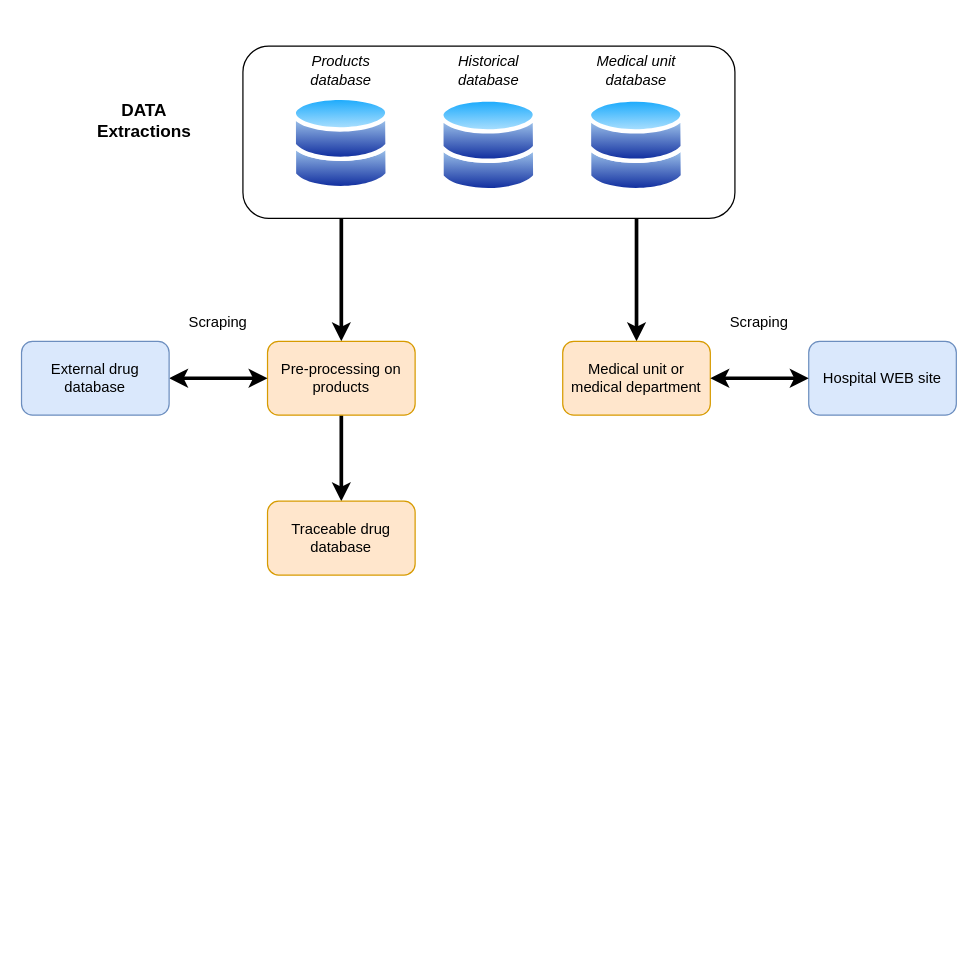
Above: Methodology/methodology.drawio in douglasmmachado/MedicineConsumption (draw.io), before the change. Source tidied: cells renumbered, new cells numbered last; positions are measured from the earlier drawing's top-left corner, leaving out a move shared by most shapes. Both pictures are drawn from the tidied source at 123%, with x=0, y=0 at pixel (21, 21).
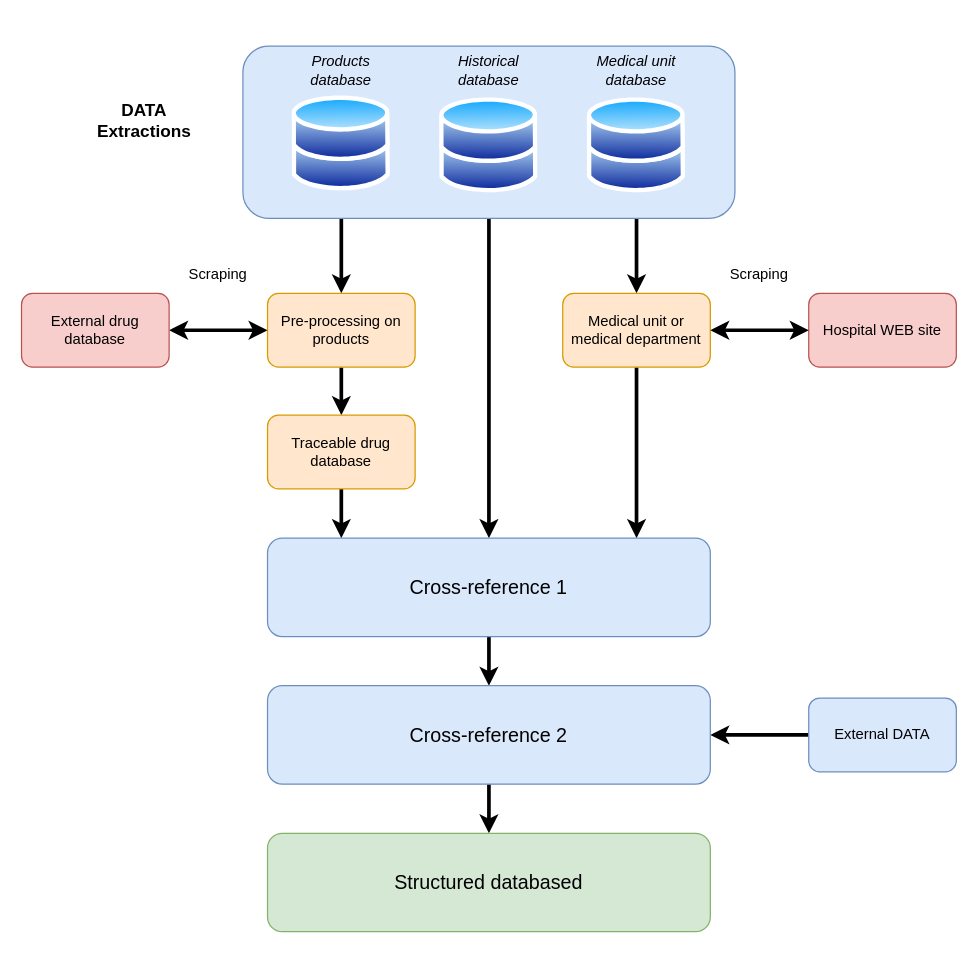
The same page after the edit.

Commit message (it also covers changes not shown here):
Mettre à jour methodology.drawio

What changed in the source:
```diff
@@
+    <mxCell id="4" style="edgeStyle=orthogonalEdgeStyle;rounded=0;jettySize=auto;html=1;jumpSize=6;strokeWidth=3;" parent="1" edge="1" source="5" target="14">
+      <mxGeometry relative="1" as="geometry">
+        <Array as="points">
+          <mxPoint x="500" y="210" />
+          <mxPoint x="500" y="210" />
+        </Array>
+      </mxGeometry>
+    </mxCell>
+    <mxCell id="22" style="edgeStyle=orthogonalEdgeStyle;rounded=0;jettySize=auto;html=1;fontSize=11;strokeWidth=3;" parent="1" edge="1" source="5" target="26">
+      <mxGeometry relative="1" as="geometry" />
+    </mxCell>
-    <mxCell id="3" style="edgeStyle=orthogonalEdgeStyle;rounded=0;jettySize=auto;html=1;entryX=0.5;entryY=0;entryDx=0;entryDy=0;strokeWidth=3;" parent="1" edge="1" source="5" target="13">
+    <mxCell id="3" style="edgeStyle=orthogonalEdgeStyle;rounded=0;jettySize=auto;html=1;strokeWidth=3;" parent="1" edge="1" source="5" target="13">
       <mxGeometry relative="1" as="geometry">
         <Array as="points">
-          <mxPoint x="260" y="230" />
-          <mxPoint x="260" y="230" />
+          <mxPoint x="260" y="170" />
+          <mxPoint x="260" y="170" />
         </Array>
       </mxGeometry>
     </mxCell>
-    <mxCell id="4" style="edgeStyle=orthogonalEdgeStyle;rounded=0;jettySize=auto;html=1;jumpSize=6;strokeWidth=3;" parent="1" edge="1" source="5" target="14">
-      <mxGeometry relative="1" as="geometry">
-        <Array as="points">
-          <mxPoint x="500" y="210" />
-          <mxPoint x="500" y="210" />
-        </Array>
-      </mxGeometry>
-    </mxCell>
-    <mxCell id="5" style="rounded=1;whiteSpace=wrap;html=1;" parent="1" vertex="1">
+    <mxCell id="5" style="rounded=1;whiteSpace=wrap;html=1;fillColor=#dae8fc;strokeColor=#6c8ebf;" parent="1" vertex="1">
       <mxGeometry x="180" y="20" width="400" height="140" as="geometry" />
     </mxCell>
@@
     <mxCell id="13" value="Pre-processing on products" style="rounded=1;whiteSpace=wrap;html=1;fillColor=#ffe6cc;strokeColor=#d79b00;" parent="1" vertex="1">
-      <mxGeometry x="200" y="260" width="120" height="60" as="geometry" />
+      <mxGeometry x="200" y="221" width="120" height="60" as="geometry" />
     </mxCell>
+    <mxCell id="23" style="edgeStyle=orthogonalEdgeStyle;rounded=0;jettySize=auto;html=1;strokeWidth=3;" parent="1" edge="1" source="14" target="26">
+      <mxGeometry relative="1" as="geometry">
+        <Array as="points">
+          <mxPoint x="500" y="500" />
+          <mxPoint x="500" y="500" />
+        </Array>
+      </mxGeometry>
+    </mxCell>
     <mxCell id="14" value="Medical unit or medical department" style="rounded=1;whiteSpace=wrap;html=1;fillColor=#ffe6cc;strokeColor=#d79b00;" parent="1" vertex="1">
-      <mxGeometry x="440" y="260" width="120" height="60" as="geometry" />
+      <mxGeometry x="440" y="221" width="120" height="60" as="geometry" />
     </mxCell>
@@
-    <mxCell id="16" value="External drug database" style="rounded=1;whiteSpace=wrap;html=1;fillColor=#dae8fc;strokeColor=#6c8ebf;" parent="1" vertex="1">
-      <mxGeometry y="260" width="120" height="60" as="geometry" />
+    <mxCell id="16" value="External drug database" style="rounded=1;whiteSpace=wrap;html=1;fillColor=#f8cecc;strokeColor=#b85450;" parent="1" vertex="1">
+      <mxGeometry y="221" width="120" height="60" as="geometry" />
     </mxCell>
-    <mxCell id="17" value="Hospital WEB site" style="rounded=1;whiteSpace=wrap;html=1;fillColor=#dae8fc;strokeColor=#6c8ebf;" parent="1" vertex="1">
-      <mxGeometry x="640" y="260" width="120" height="60" as="geometry" />
+    <mxCell id="17" value="Hospital WEB site" style="rounded=1;whiteSpace=wrap;html=1;fillColor=#f8cecc;strokeColor=#b85450;" parent="1" vertex="1">
+      <mxGeometry x="640" y="221" width="120" height="60" as="geometry" />
     </mxCell>
@@
     <mxCell id="19" value="Scraping" style="text;html=1;strokeColor=none;fillColor=none;align=center;verticalAlign=middle;whiteSpace=wrap;rounded=0;" parent="1" vertex="1">
-      <mxGeometry x="130" y="230" width="60" height="30" as="geometry" />
+      <mxGeometry x="130" y="191" width="60" height="30" as="geometry" />
     </mxCell>
     <mxCell id="20" value="Scraping" style="text;html=1;strokeColor=none;fillColor=none;align=center;verticalAlign=middle;whiteSpace=wrap;rounded=0;" parent="1" vertex="1">
-      <mxGeometry x="570" y="230" width="60" height="30" as="geometry" />
+      <mxGeometry x="570" y="191" width="60" height="30" as="geometry" />
     </mxCell>
+    <mxCell id="24" style="edgeStyle=orthogonalEdgeStyle;rounded=0;jettySize=auto;html=1;strokeWidth=3;" parent="1" edge="1" source="21" target="26">
+      <mxGeometry relative="1" as="geometry">
+        <Array as="points">
+          <mxPoint x="260" y="410" />
+          <mxPoint x="260" y="410" />
+        </Array>
+      </mxGeometry>
+    </mxCell>
     <mxCell id="21" value="Traceable drug database" style="rounded=1;whiteSpace=wrap;html=1;fillColor=#ffe6cc;strokeColor=#d79b00;" parent="1" vertex="1">
-      <mxGeometry x="200" y="390" width="120" height="60" as="geometry" />
+      <mxGeometry x="200" y="320" width="120" height="60" as="geometry" />
     </mxCell>
+    <mxCell id="25" style="edgeStyle=orthogonalEdgeStyle;rounded=0;jettySize=auto;html=1;strokeWidth=3;" parent="1" edge="1" source="26" target="30">
+      <mxGeometry relative="1" as="geometry" />
+    </mxCell>
+    <mxCell id="26" value="Cross-reference 1" style="rounded=1;whiteSpace=wrap;html=1;fontSize=16;fillColor=#dae8fc;strokeColor=#6c8ebf;" parent="1" vertex="1">
+      <mxGeometry x="200" y="420" width="360" height="80" as="geometry" />
+    </mxCell>
+    <mxCell id="27" style="edgeStyle=orthogonalEdgeStyle;rounded=0;jettySize=auto;html=1;strokeWidth=3;" parent="1" edge="1" source="28" target="30">
+      <mxGeometry relative="1" as="geometry" />
+    </mxCell>
+    <mxCell id="28" value="External DATA" style="rounded=1;whiteSpace=wrap;html=1;fillColor=#dae8fc;strokeColor=#6c8ebf;horizontal=1;verticalAlign=middle;" parent="1" vertex="1">
+      <mxGeometry x="640" y="550" width="120" height="60" as="geometry" />
+    </mxCell>
+    <mxCell id="29" style="edgeStyle=orthogonalEdgeStyle;rounded=0;jettySize=auto;html=1;entryX=0.5;entryY=0;entryDx=0;entryDy=0;strokeWidth=3;" parent="1" edge="1" source="30" target="31">
+      <mxGeometry relative="1" as="geometry" />
+    </mxCell>
+    <mxCell id="30" value="Cross-reference 2" style="rounded=1;whiteSpace=wrap;html=1;fontSize=16;fillColor=#dae8fc;strokeColor=#6c8ebf;" parent="1" vertex="1">
+      <mxGeometry x="200" y="540" width="360" height="80" as="geometry" />
+    </mxCell>
+    <mxCell id="31" value="Structured databased" style="rounded=1;whiteSpace=wrap;html=1;fontSize=16;fillColor=#d5e8d4;strokeColor=#82b366;" parent="1" vertex="1">
+      <mxGeometry x="200" y="660" width="360" height="80" as="geometry" />
+    </mxCell>
```
